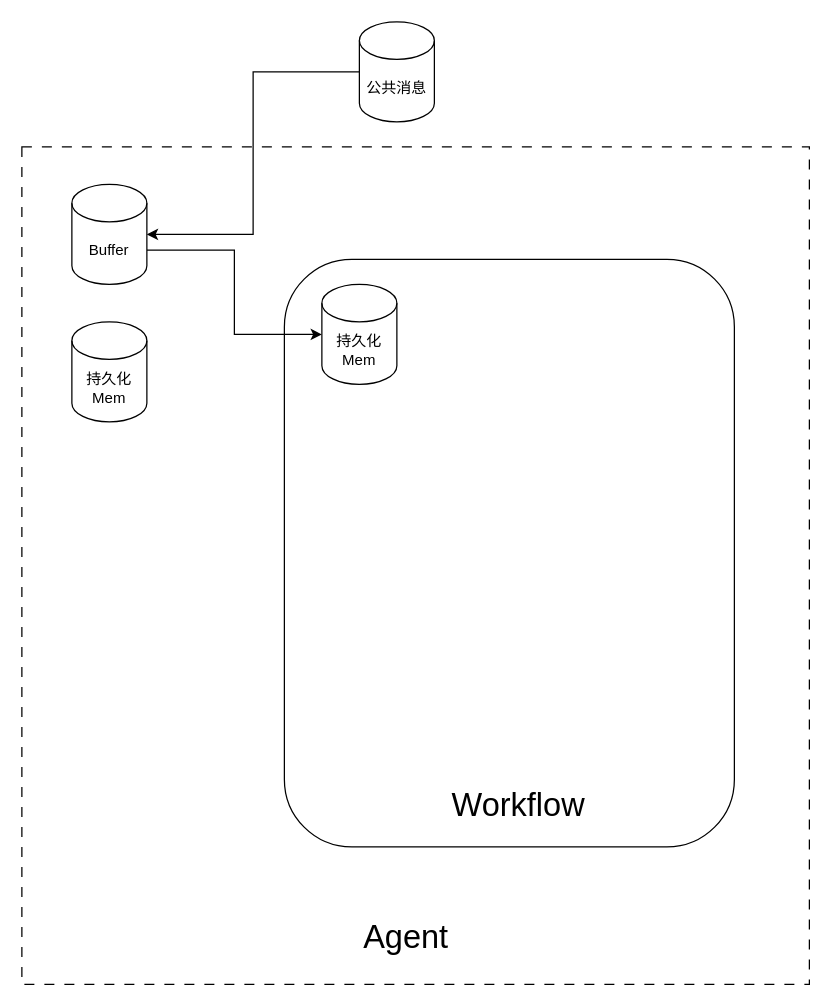
Earlier version of the draw.io diagram page "智能体内部" (4 of 4) of 未命名绘图.drawio (Riesling00/design). Source tidied: cells renumbered, new cells numbered last; positions are measured from the earlier drawing's top-left corner, leaving out a move shared by most shapes. Both pictures are drawn from the tidied source at 125%, with x=0, y=0 at pixel (21, 21).
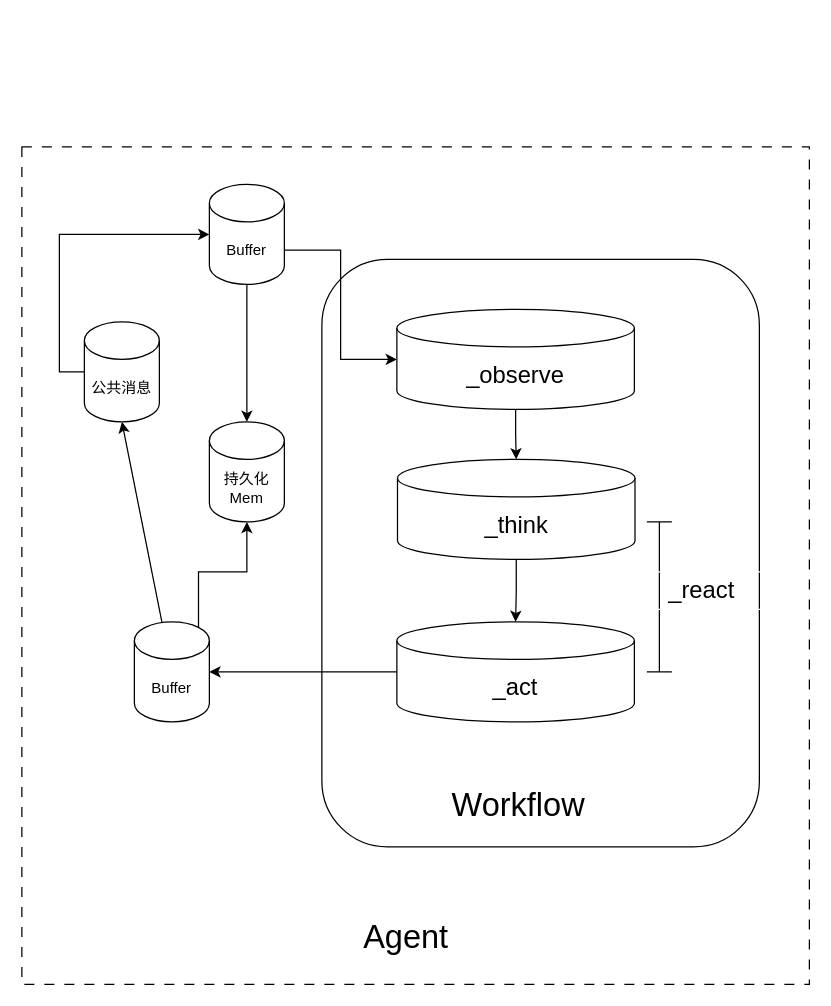
After the change.

What changed in the source:
```diff
@@
+    <mxCell id="9" style="rounded=1;whiteSpace=wrap;html=1;fillColor=none;" parent="1" vertex="1">
+      <mxGeometry x="240" y="190" width="350" height="470" as="geometry" />
+    </mxCell>
-    <mxCell id="3" style="edgeStyle=orthogonalEdgeStyle;rounded=0;jettySize=auto;html=1;exitX=1;exitY=0;exitDx=0;exitDy=52.5;exitPerimeter=0;" parent="1" edge="1" source="4" target="8">
+    <mxCell id="3" style="edgeStyle=orthogonalEdgeStyle;rounded=0;jettySize=auto;html=1;exitX=1;exitY=0;exitDx=0;exitDy=52.5;exitPerimeter=0;entryX=0;entryY=0.5;entryDx=0;entryDy=0;entryPerimeter=0;" parent="1" edge="1" source="4" target="8">
       <mxGeometry relative="1" as="geometry" />
     </mxCell>
+    <mxCell id="12" style="edgeStyle=orthogonalEdgeStyle;rounded=0;jettySize=auto;html=1;exitX=0.5;exitY=1;exitDx=0;exitDy=0;exitPerimeter=0;" parent="1" edge="1" source="4" target="7">
+      <mxGeometry relative="1" as="geometry" />
+    </mxCell>
     <mxCell id="4" value="Buffer" style="shape=cylinder3;whiteSpace=wrap;html=1;boundedLbl=1;backgroundOutline=1;size=15;" parent="1" vertex="1">
-      <mxGeometry x="40" y="130" width="60" height="80" as="geometry" />
+      <mxGeometry x="150" y="130" width="60" height="80" as="geometry" />
     </mxCell>
     <mxCell id="5" value="公共消息" style="shape=cylinder3;whiteSpace=wrap;html=1;boundedLbl=1;backgroundOutline=1;size=15;" parent="1" vertex="1">
-      <mxGeometry x="270" width="60" height="80" as="geometry" />
+      <mxGeometry x="50" y="240" width="60" height="80" as="geometry" />
     </mxCell>
-    <mxCell id="6" style="edgeStyle=orthogonalEdgeStyle;rounded=0;jettySize=auto;html=1;exitX=0;exitY=0.5;exitDx=0;exitDy=0;exitPerimeter=0;entryX=1;entryY=0.5;entryDx=0;entryDy=0;entryPerimeter=0;" parent="1" edge="1" source="5" target="4">
+    <mxCell id="6" style="edgeStyle=orthogonalEdgeStyle;rounded=0;jettySize=auto;html=1;exitX=0;exitY=0.5;exitDx=0;exitDy=0;exitPerimeter=0;entryX=0;entryY=0.5;entryDx=0;entryDy=0;entryPerimeter=0;" parent="1" edge="1" source="5" target="4">
       <mxGeometry relative="1" as="geometry" />
     </mxCell>
     <mxCell id="7" value="持久化Mem" style="shape=cylinder3;whiteSpace=wrap;html=1;boundedLbl=1;backgroundOutline=1;size=15;" parent="1" vertex="1">
-      <mxGeometry x="40" y="240" width="60" height="80" as="geometry" />
+      <mxGeometry x="150" y="320" width="60" height="80" as="geometry" />
     </mxCell>
-    <mxCell id="8" value="持久化Mem" style="shape=cylinder3;whiteSpace=wrap;html=1;boundedLbl=1;backgroundOutline=1;size=15;" parent="1" vertex="1">
-      <mxGeometry x="240" y="210" width="60" height="80" as="geometry" />
+    <mxCell id="8" value="_observe" style="shape=cylinder3;whiteSpace=wrap;html=1;boundedLbl=1;backgroundOutline=1;size=15;fontSize=19;" parent="1" vertex="1">
+      <mxGeometry x="300" y="230" width="190" height="80" as="geometry" />
     </mxCell>
-    <mxCell id="9" style="rounded=1;whiteSpace=wrap;html=1;fillColor=none;" parent="1" vertex="1">
-      <mxGeometry x="210" y="190" width="360" height="470" as="geometry" />
-    </mxCell>
@@
+    <mxCell id="13" style="edgeStyle=orthogonalEdgeStyle;rounded=0;jettySize=auto;html=1;exitX=0.5;exitY=1;exitDx=0;exitDy=0;exitPerimeter=0;" parent="1" edge="1" source="14" target="15">
+      <mxGeometry relative="1" as="geometry" />
+    </mxCell>
+    <mxCell id="14" value="_think" style="shape=cylinder3;whiteSpace=wrap;html=1;boundedLbl=1;backgroundOutline=1;size=15;fontSize=19;" parent="1" vertex="1">
+      <mxGeometry x="300.5" y="350" width="190" height="80" as="geometry" />
+    </mxCell>
+    <mxCell id="15" value="_act" style="shape=cylinder3;whiteSpace=wrap;html=1;boundedLbl=1;backgroundOutline=1;size=15;fontSize=19;" parent="1" vertex="1">
+      <mxGeometry x="300" y="480" width="190" height="80" as="geometry" />
+    </mxCell>
+    <mxCell id="16" style="edgeStyle=orthogonalEdgeStyle;rounded=0;jettySize=auto;html=1;exitX=0.5;exitY=1;exitDx=0;exitDy=0;exitPerimeter=0;entryX=0.5;entryY=0;entryDx=0;entryDy=0;entryPerimeter=0;" parent="1" edge="1" source="8" target="14">
+      <mxGeometry relative="1" as="geometry" />
+    </mxCell>
+    <mxCell id="17" style="shape=crossbar;whiteSpace=wrap;html=1;rounded=1;direction=south;" parent="1" vertex="1">
+      <mxGeometry x="500" y="400" width="20" height="120" as="geometry" />
+    </mxCell>
+    <mxCell id="18" value="_react" style="rounded=0;whiteSpace=wrap;html=1;strokeColor=#FFFFFF;fontSize=19;fillColor=none;" parent="1" vertex="1">
+      <mxGeometry x="484" y="440" width="120" height="30" as="geometry" />
+    </mxCell>
+    <mxCell id="19" style="edgeStyle=orthogonalEdgeStyle;rounded=0;jettySize=auto;html=1;exitX=0.855;exitY=0;exitDx=0;exitDy=4.35;exitPerimeter=0;" parent="1" edge="1" source="20" target="7">
+      <mxGeometry relative="1" as="geometry" />
+    </mxCell>
+    <mxCell id="20" value="Buffer" style="shape=cylinder3;whiteSpace=wrap;html=1;boundedLbl=1;backgroundOutline=1;size=15;" parent="1" vertex="1">
+      <mxGeometry x="90" y="480" width="60" height="80" as="geometry" />
+    </mxCell>
+    <mxCell id="21" style="edgeStyle=orthogonalEdgeStyle;rounded=0;jettySize=auto;html=1;exitX=0;exitY=0.5;exitDx=0;exitDy=0;exitPerimeter=0;entryX=1;entryY=0.5;entryDx=0;entryDy=0;entryPerimeter=0;" parent="1" edge="1" source="15" target="20">
+      <mxGeometry relative="1" as="geometry" />
+    </mxCell>
+    <mxCell id="22" style="endArrow=classic;html=1;rounded=0;entryX=0.5;entryY=1;entryDx=0;entryDy=0;entryPerimeter=0;" parent="1" edge="1" source="20" target="5">
+      <mxGeometry relative="1" as="geometry" />
+    </mxCell>
```
